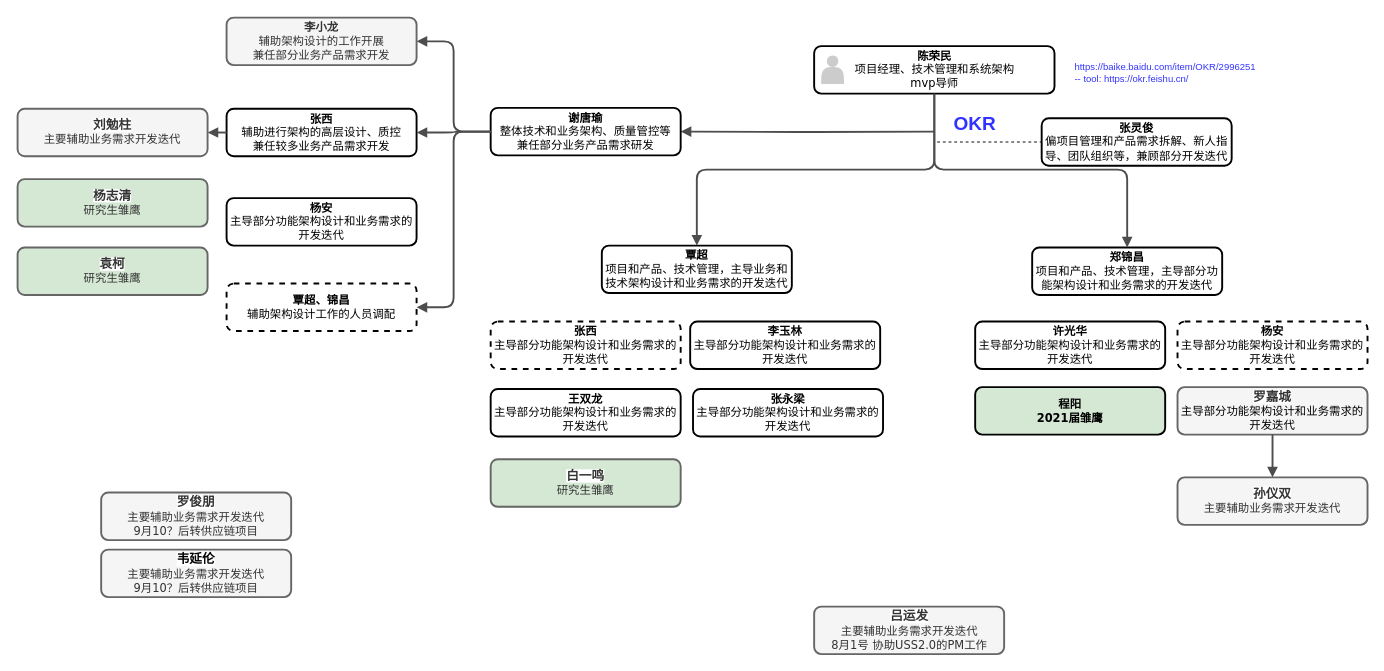
lawplus/diagrams keeps this draw.io diagram as tshop/组织架构.drawio. Above is the earlier version. Source tidied: cells renumbered, new cells numbered last; positions are measured from the earlier drawing's top-left corner, leaving out a move shared by most shapes. Both pictures are drawn from the tidied source at 95%, with x=0, y=0 at pixel (17, 17).
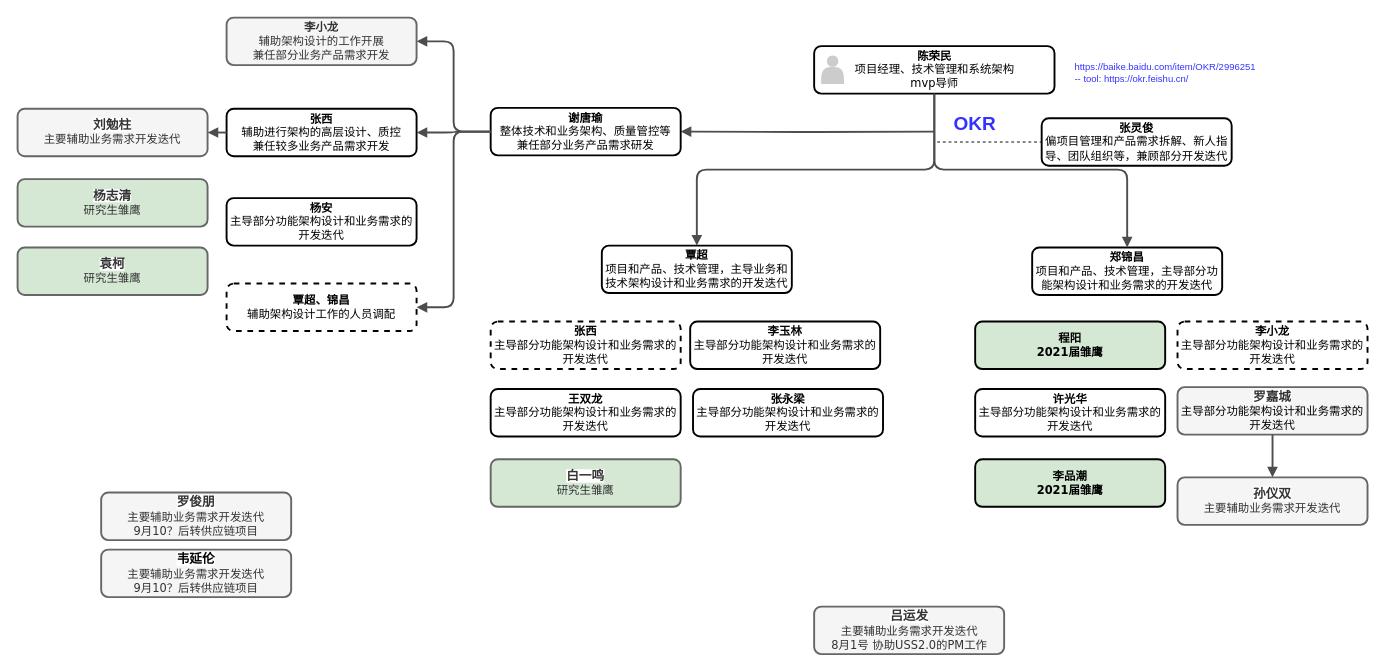
The same diagram, later.

The edit, as a diff of the source:
```diff
@@
     <mxCell id="12" value="&lt;div&gt;许光华&lt;/div&gt;&lt;div&gt;&lt;span style=&quot;font-weight: normal&quot;&gt;主导部分功能架构设计和业务需求的开发迭代&lt;/span&gt;&lt;/div&gt;" style="whiteSpace=wrap;html=1;rounded=1;shadow=0;comic=0;strokeWidth=2;fontFamily=Verdana;align=center;fontSize=12;fontStyle=1;" parent="1" vertex="1">
-      <mxGeometry x="1008" y="320" width="200" height="50" as="geometry" />
+      <mxGeometry x="1008" y="391" width="200" height="50" as="geometry" />
     </mxCell>
@@
     <mxCell id="17" value="&lt;div&gt;程阳&lt;/div&gt;&lt;div&gt;2021届雏鹰&lt;/div&gt;" style="whiteSpace=wrap;html=1;rounded=1;shadow=0;comic=0;strokeWidth=2;fontFamily=Verdana;align=center;fontSize=12;fontStyle=1;fillColor=#D5E8D4;" parent="1" vertex="1">
-      <mxGeometry x="1008" y="389" width="200" height="50" as="geometry" />
+      <mxGeometry x="1008" y="320" width="200" height="50" as="geometry" />
     </mxCell>
@@
-    <mxCell id="34" value="&lt;div&gt;杨安&lt;/div&gt;&lt;div&gt;&lt;span style=&quot;font-weight: 400&quot;&gt;主导部分功能架构设计和业务需求的开发迭代&lt;/span&gt;&lt;br&gt;&lt;/div&gt;" style="whiteSpace=wrap;html=1;rounded=1;shadow=0;comic=0;strokeWidth=2;fontFamily=Verdana;align=center;fontSize=12;fontStyle=1;dashed=1;" parent="1" vertex="1">
+    <mxCell id="34" value="&lt;div&gt;李小龙&lt;/div&gt;&lt;div&gt;&lt;span style=&quot;font-weight: 400&quot;&gt;主导部分功能架构设计和业务需求的开发迭代&lt;/span&gt;&lt;br&gt;&lt;/div&gt;" style="whiteSpace=wrap;html=1;rounded=1;shadow=0;comic=0;strokeWidth=2;fontFamily=Verdana;align=center;fontSize=12;fontStyle=1;dashed=1;" parent="1" vertex="1">
       <mxGeometry x="1221" y="320" width="200" height="50" as="geometry" />
     </mxCell>
@@
+    <mxCell id="39" value="&lt;div&gt;李品潮&lt;br&gt;&lt;/div&gt;&lt;div&gt;2021届雏鹰&lt;/div&gt;" style="whiteSpace=wrap;html=1;rounded=1;shadow=0;comic=0;strokeWidth=2;fontFamily=Verdana;align=center;fontSize=12;fontStyle=1;fillColor=#D5E8D4;" parent="1" vertex="1">
+      <mxGeometry x="1008" y="465" width="200" height="50" as="geometry" />
+    </mxCell>
```
